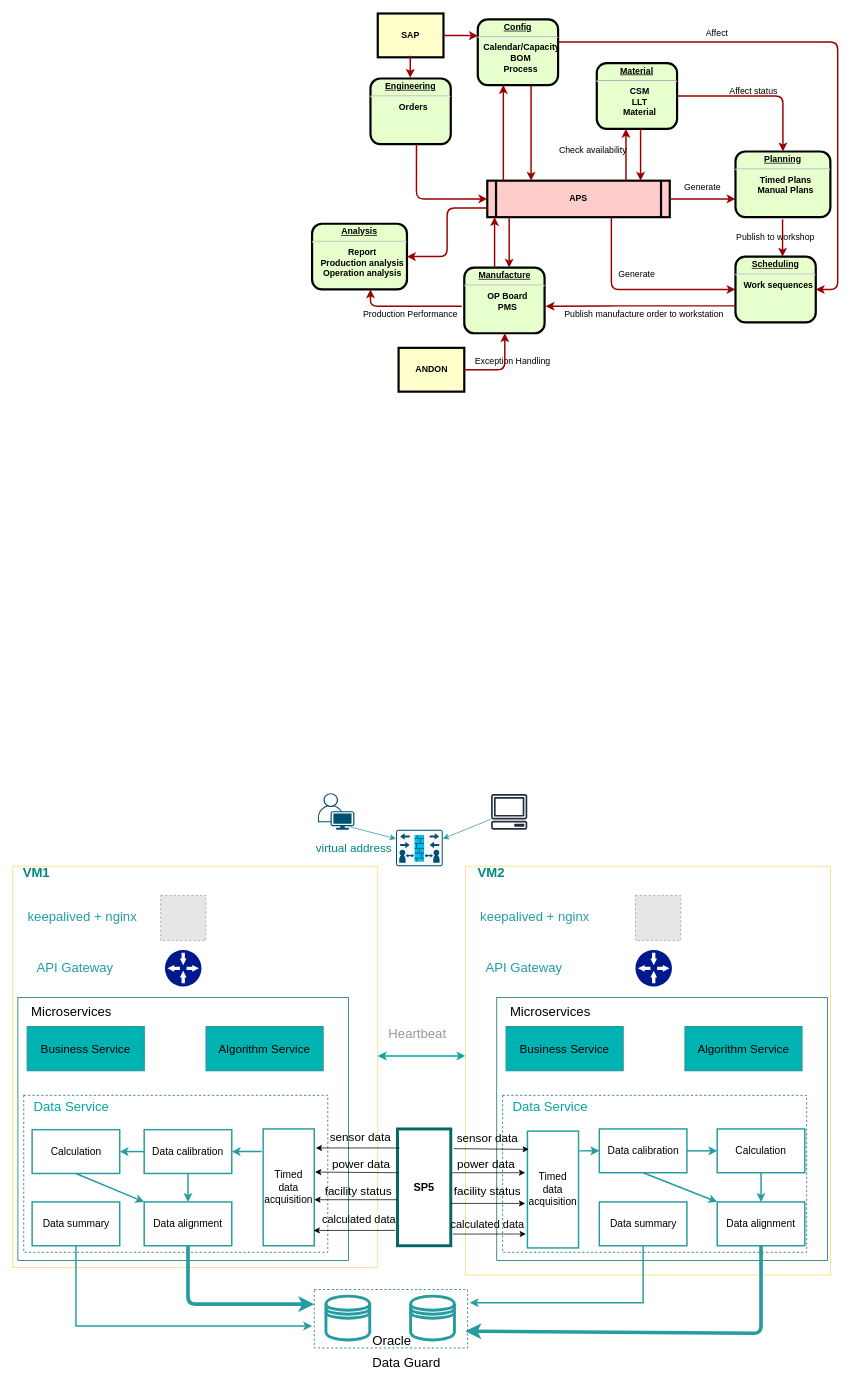
Earlier version of the draw.io diagram Untitled Diagram.drawio (chinaxiaonan/ant-design). Source tidied: cells renumbered, new cells numbered last; positions are measured from the earlier drawing's top-left corner, leaving out a move shared by most shapes. Both pictures are drawn from the tidied source at 73%, with x=0, y=0 at pixel (12, 13). Pictures stored in the file or linked from it are replaced by grey dashed boxes.
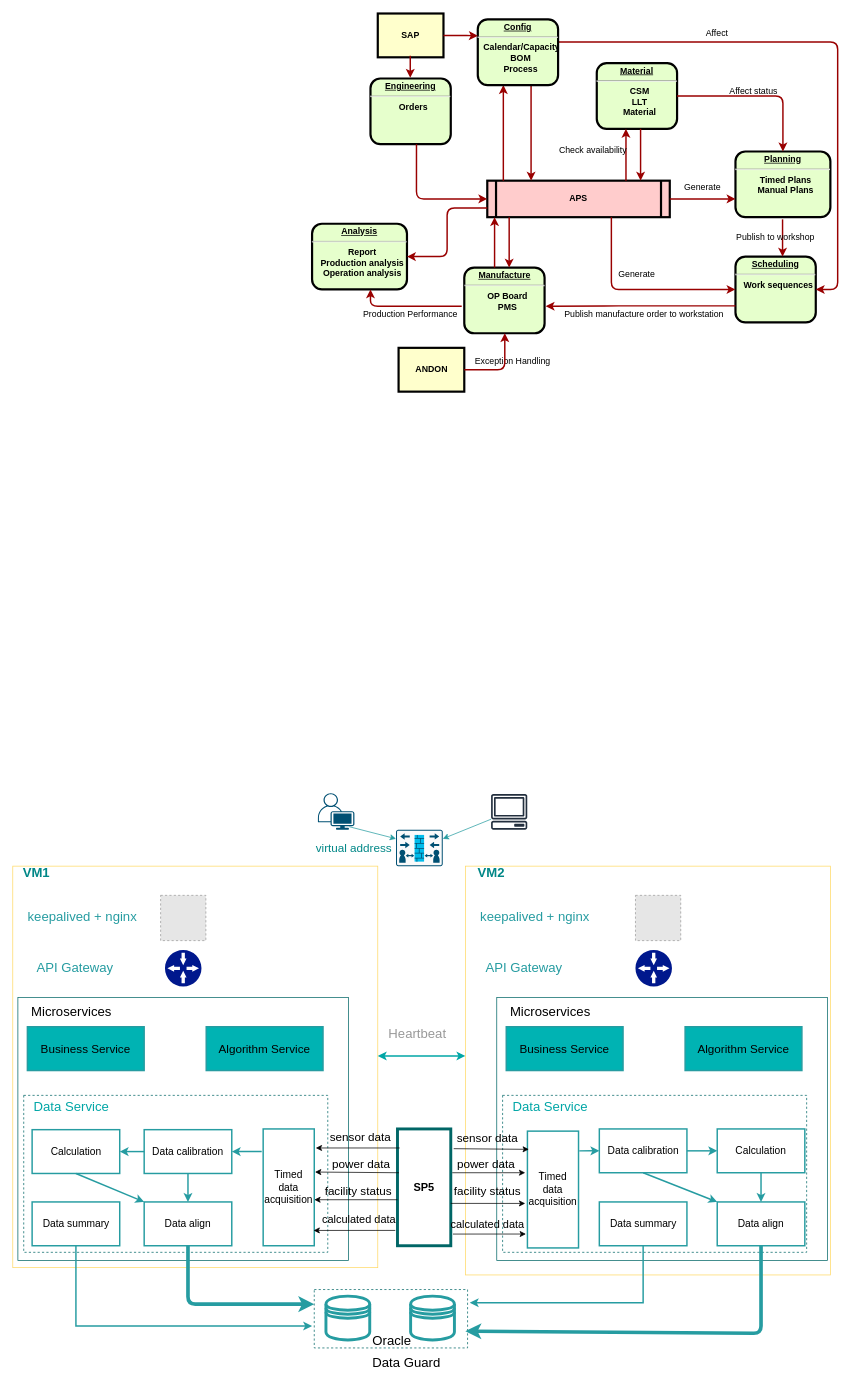
After the change.

Change to the diagram source:
```diff
@@
-    <mxCell id="60" value="&lt;span class=&quot;VIiyi&quot; lang=&quot;en&quot;&gt;&lt;font style=&quot;font-size: 14px&quot;&gt;Data alignment&lt;/font&gt;&lt;/span&gt;" style="rounded=0;whiteSpace=wrap;html=1;strokeWidth=2;strokeColor=#269CA1;" parent="1" vertex="1">
+    <mxCell id="60" value="&lt;span class=&quot;VIiyi&quot; lang=&quot;en&quot;&gt;&lt;font style=&quot;font-size: 14px&quot;&gt;Data align&lt;/font&gt;&lt;/span&gt;" style="rounded=0;whiteSpace=wrap;html=1;strokeWidth=2;strokeColor=#269CA1;" parent="1" vertex="1">
       <mxGeometry x="180" y="1628" width="120" height="60" as="geometry" />
     </mxCell>
@@
-    <mxCell id="83" value="&lt;span class=&quot;VIiyi&quot; lang=&quot;en&quot;&gt;&lt;font style=&quot;font-size: 14px&quot;&gt;Data alignment&lt;/font&gt;&lt;/span&gt;" style="rounded=0;whiteSpace=wrap;html=1;strokeWidth=2;strokeColor=#269CA1;" parent="1" vertex="1">
+    <mxCell id="83" value="&lt;span class=&quot;VIiyi&quot; lang=&quot;en&quot;&gt;&lt;font style=&quot;font-size: 14px&quot;&gt;Data align&lt;/font&gt;&lt;/span&gt;" style="rounded=0;whiteSpace=wrap;html=1;strokeWidth=2;strokeColor=#269CA1;" parent="1" vertex="1">
       <mxGeometry x="965" y="1628" width="120" height="60" as="geometry" />
     </mxCell>
```
